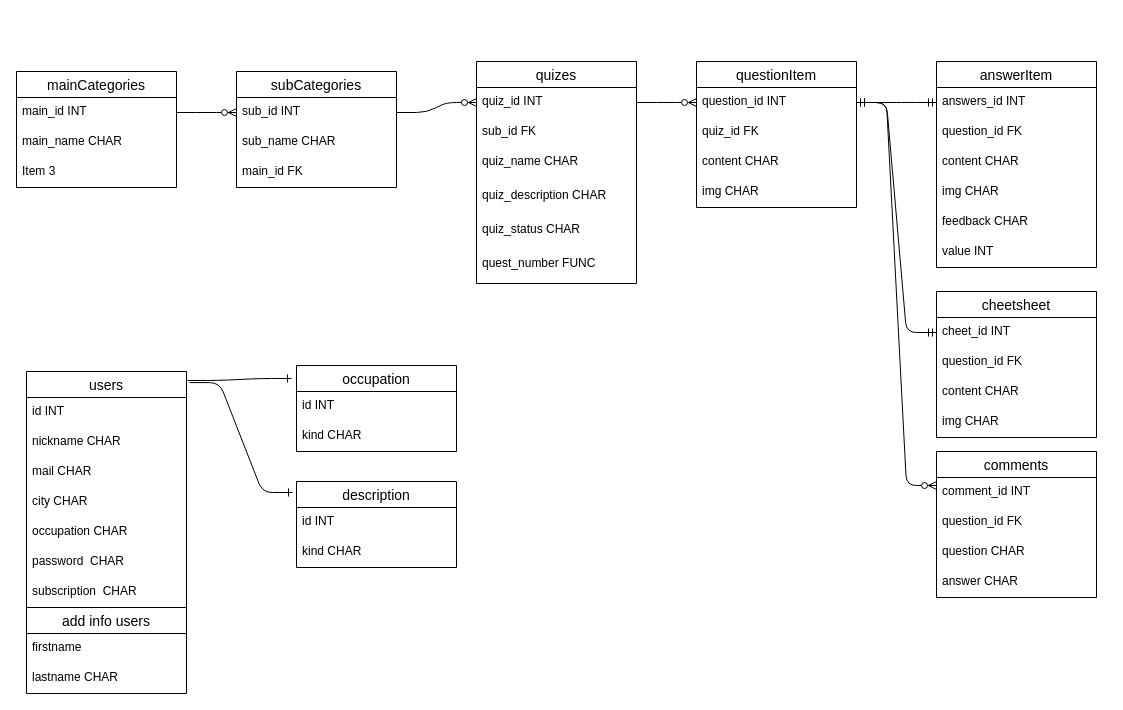
Above: report/db.drawio in IvanMishinSever/wsctutors_server (draw.io), before the change. Source tidied: cells renumbered, new cells numbered last; positions are measured from the earlier drawing's top-left corner, leaving out a move shared by most shapes. Both pictures are drawn from the tidied source at 100%, with x=0, y=0 at pixel (16, 61).
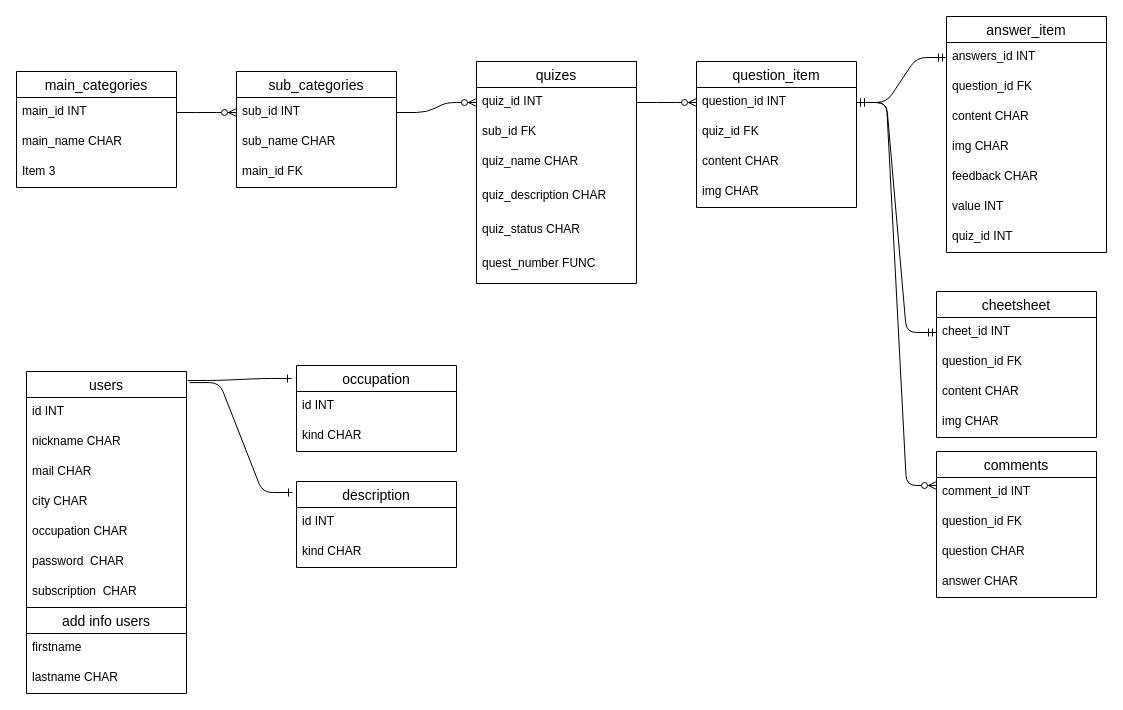
The same diagram, later.

Commit message (it also covers changes not shown here):
add answer id route

Diff of the diagram source:
```diff
@@
-    <mxCell id="2" value="mainCategories" style="swimlane;fontStyle=0;horizontal=1;startSize=26;align=center;fontSize=14;" parent="1" vertex="1">
+    <mxCell id="2" value="main_categories" style="swimlane;fontStyle=0;horizontal=1;startSize=26;align=center;fontSize=14;" parent="1" vertex="1">
       <mxGeometry y="10" width="160" height="116" as="geometry" />
     </mxCell>
@@
-    <mxCell id="14" value="subCategories" style="swimlane;fontStyle=0;horizontal=1;startSize=26;align=center;fontSize=14;" parent="1" vertex="1">
+    <mxCell id="14" value="sub_categories" style="swimlane;fontStyle=0;horizontal=1;startSize=26;align=center;fontSize=14;" parent="1" vertex="1">
       <mxGeometry x="220" y="10" width="160" height="116" as="geometry" />
     </mxCell>
@@
-    <mxCell id="19" value="answerItem" style="swimlane;fontStyle=0;horizontal=1;startSize=26;align=center;fontSize=14;" parent="1" vertex="1">
-      <mxGeometry x="920" width="160" height="206" as="geometry" />
+    <mxCell id="19" value="answer_item" style="swimlane;fontStyle=0;horizontal=1;startSize=26;align=center;fontSize=14;" parent="1" vertex="1">
+      <mxGeometry x="930" y="-45" width="160" height="236" as="geometry" />
     </mxCell>
@@
+    <mxCell id="64" value="quiz_id INT" style="text;strokeColor=none;fillColor=none;spacingLeft=4;spacingRight=4;overflow=hidden;fontSize=12;" parent="19" vertex="1">
+      <mxGeometry y="206" width="160" height="30" as="geometry" />
+    </mxCell>
-    <mxCell id="26" value="questionItem" style="swimlane;fontStyle=0;horizontal=1;startSize=26;align=center;fontSize=14;" parent="1" vertex="1">
+    <mxCell id="26" value="question_item" style="swimlane;fontStyle=0;horizontal=1;startSize=26;align=center;fontSize=14;" parent="1" vertex="1">
       <mxGeometry x="680" width="160" height="146" as="geometry" />
     </mxCell>
```
